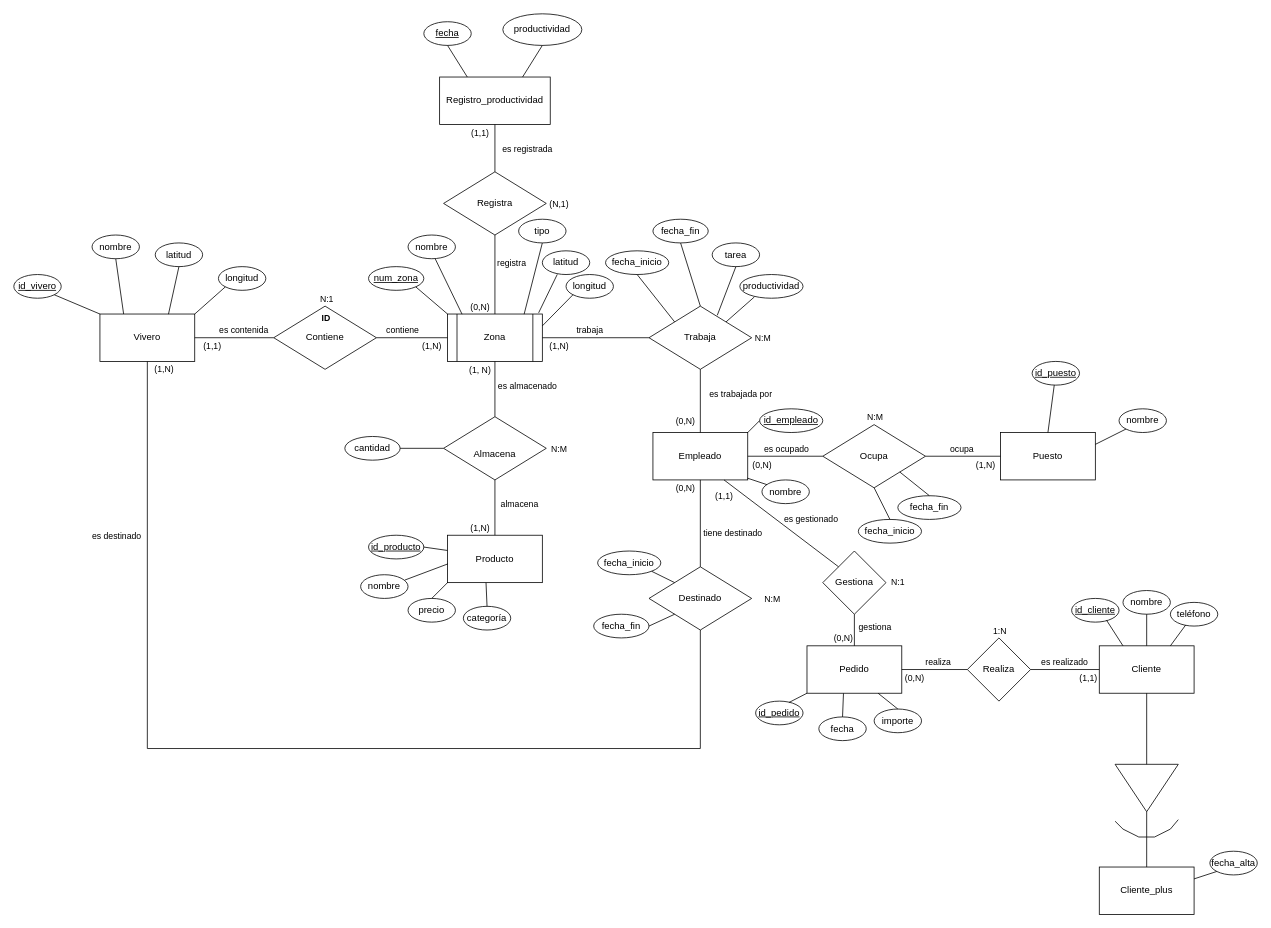
Before: Modelo_entidadrelación_Viveros.drawio in alu0101539669/Modelo-entidad-relaci-n.-Viveros, a draw.io diagram. Source tidied: cells renumbered, new cells numbered last; positions are measured from the earlier drawing's top-left corner, leaving out a move shared by most shapes. Both pictures are drawn from the tidied source at 79%, with x=0, y=0 at pixel (13, 13).
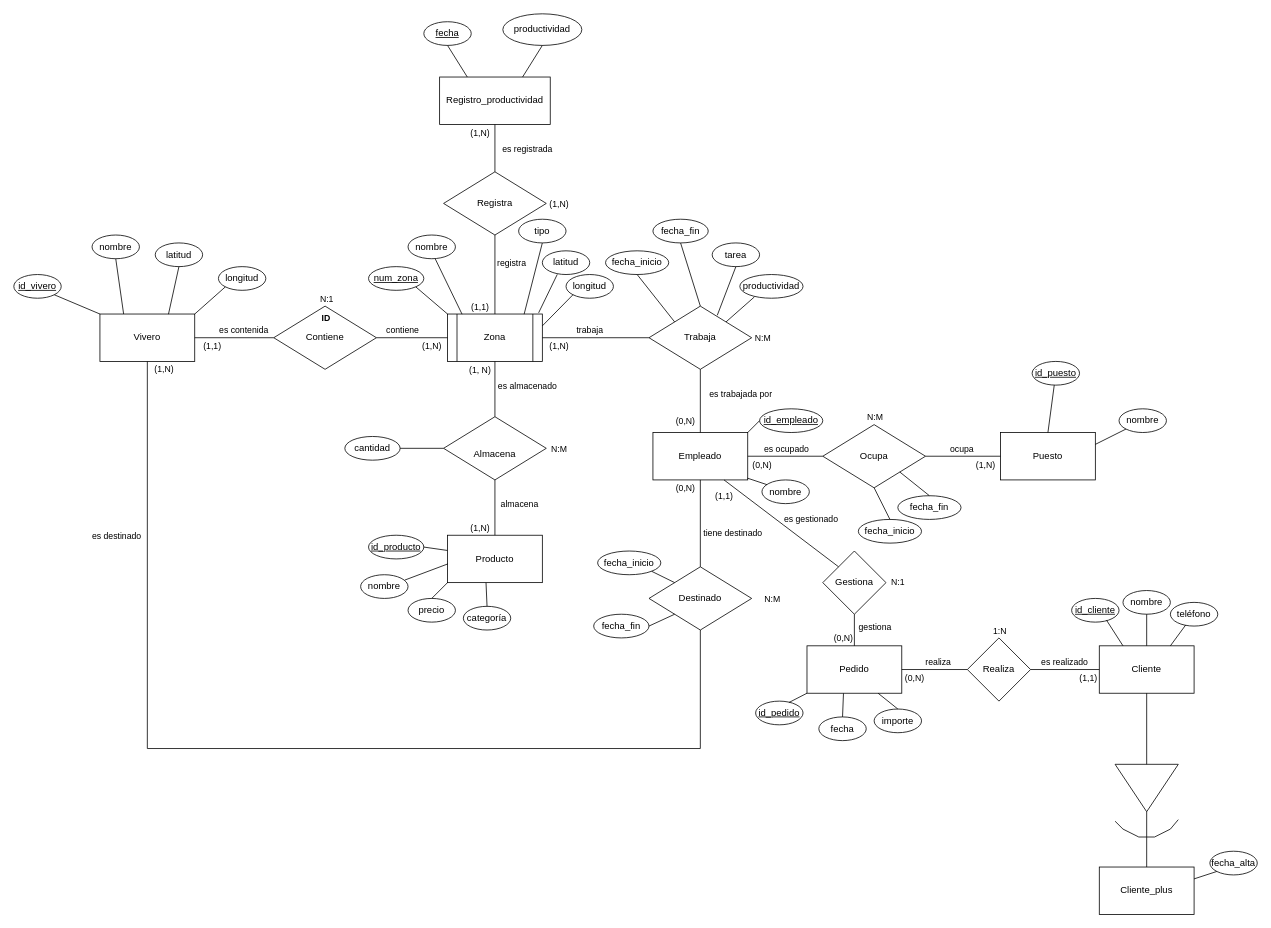
The same diagram, later.

Commit message:
Modelo Entidad-Relacion corregido

The change refers to these unchanged cells:
```xml
<mxCell id="106" style="endArrow=none;html=1;rounded=0;entryX=0.5;entryY=1;entryDx=0;entryDy=0;exitX=0.5;exitY=0;exitDx=0;exitDy=0;" parent="1" edge="1" source="103" target="102">
  <mxGeometry relative="1" as="geometry" />
</mxCell>
```

Diff of the diagram source:
```diff
@@
-    <mxCell id="107" value="(0,N)" style="edgeLabel;html=1;align=center;verticalAlign=middle;" parent="106" vertex="1">
+    <mxCell id="107" value="(1,1)" style="edgeLabel;html=1;align=center;verticalAlign=middle;" parent="106" vertex="1">
       <mxGeometry x="0.27" y="-1" relative="1" as="geometry">
         <mxPoint x="-21" y="208" as="offset" />
       </mxGeometry>
     </mxCell>
-    <mxCell id="108" value="(1,1)" style="edgeLabel;html=1;align=center;verticalAlign=middle;" parent="106" vertex="1">
+    <mxCell id="108" value="(1,N)" style="edgeLabel;html=1;align=center;verticalAlign=middle;" parent="106" vertex="1">
       <mxGeometry x="0.2" y="-1" relative="1" as="geometry">
         <mxPoint x="-21" y="-14" as="offset" />
       </mxGeometry>
     </mxCell>
@@
-    <mxCell id="110" value="(N,1)" style="edgeLabel;html=1;align=center;verticalAlign=middle;" parent="106" vertex="1">
+    <mxCell id="110" value="(1,N)" style="edgeLabel;html=1;align=center;verticalAlign=middle;" parent="106" vertex="1">
       <mxGeometry x="0.27" y="-1" relative="1" as="geometry">
         <mxPoint x="79" y="78" as="offset" />
       </mxGeometry>
     </mxCell>
```
